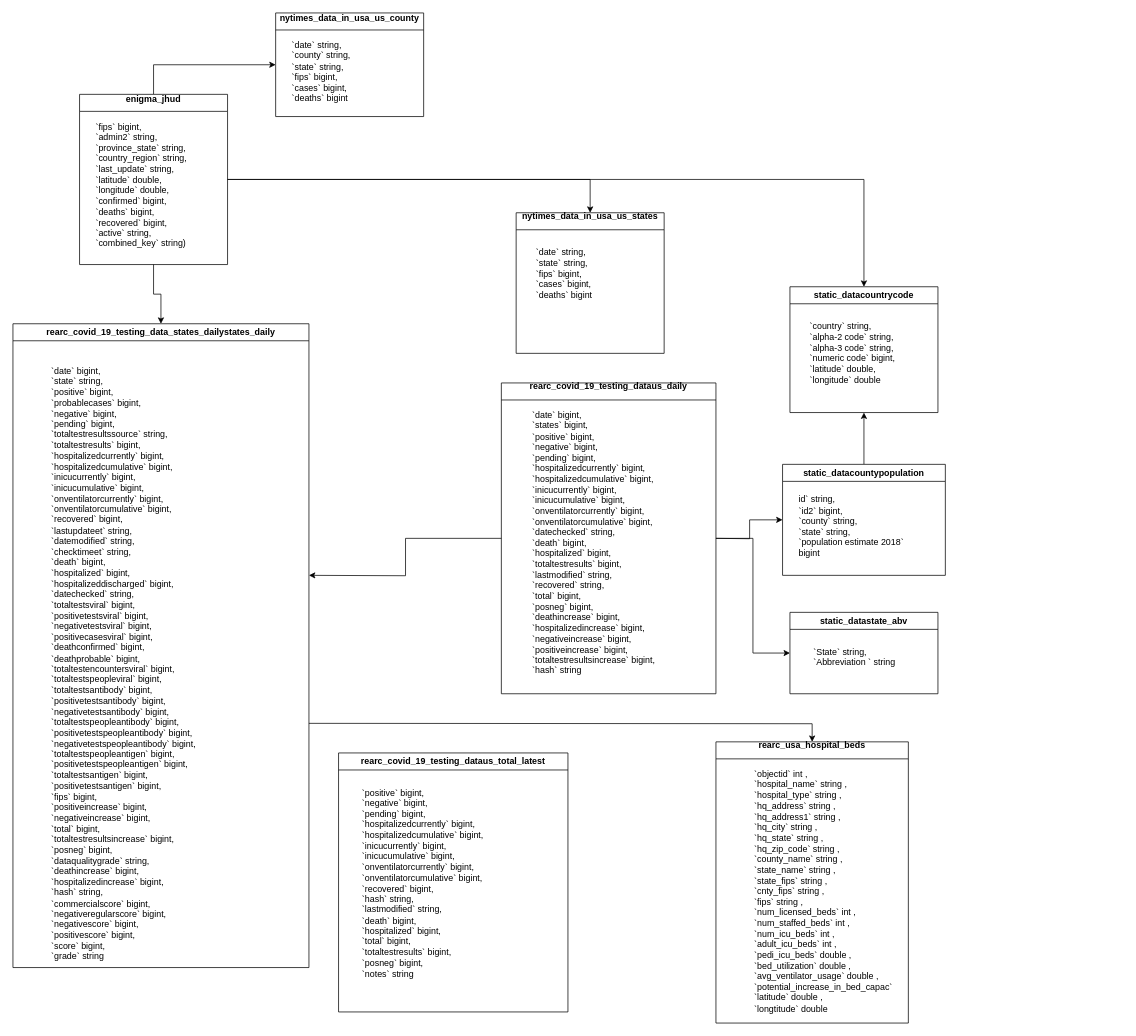
boyslikeguy23/DEproject keeps this draw.io diagram as Biểu đồ không có tiêu đề.drawio. Above is the earlier version. Source tidied: cells renumbered, new cells numbered last; positions are measured from the earlier drawing's top-left corner, leaving out a move shared by most shapes. Both pictures are drawn from the tidied source at 74%, with x=0, y=0 at pixel (13, 13).
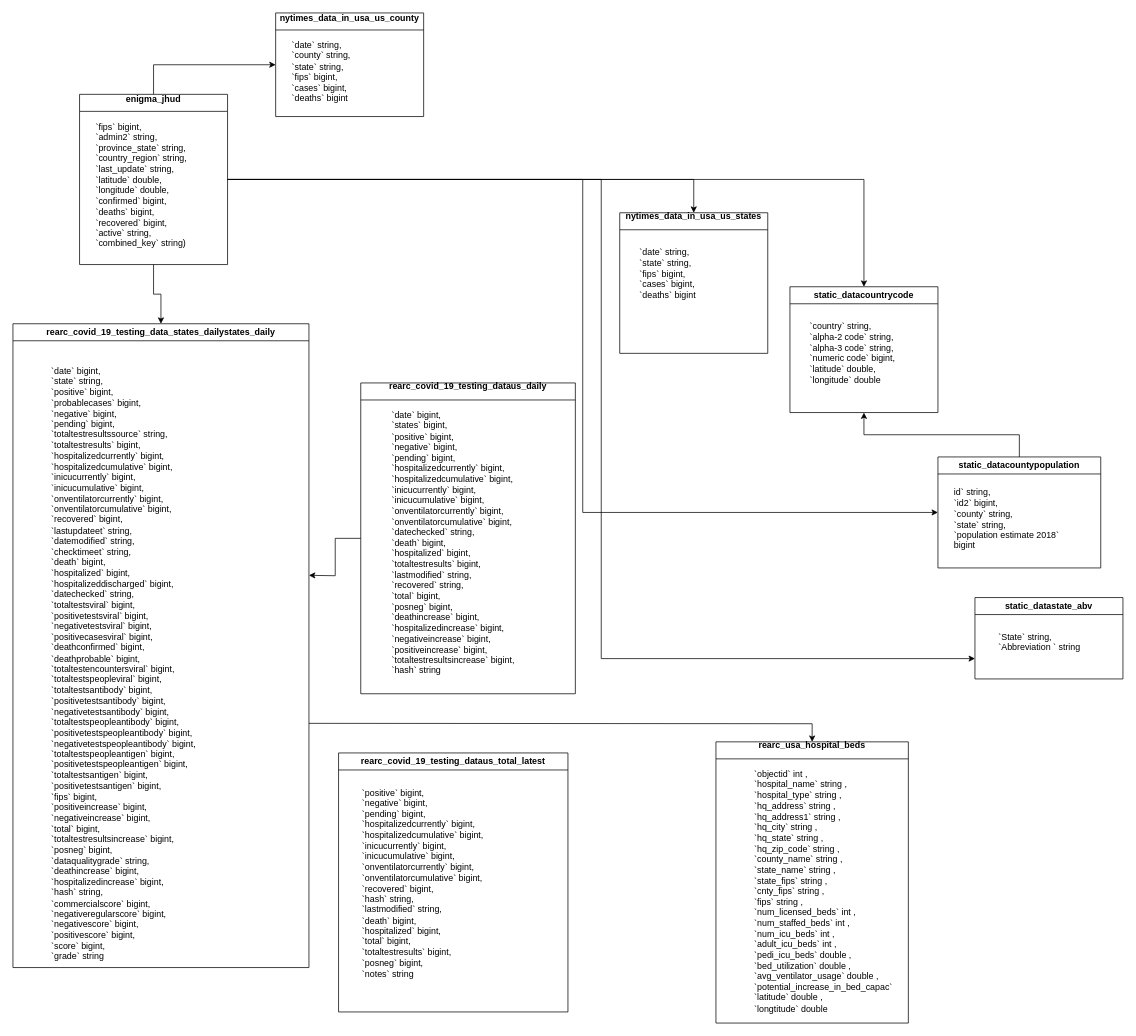
Above is the later version.

Unchanged cells that the change refers to:
```xml
<mxCell id="5" value="&lt;p style=&quot;margin-top:0in;margin-right:0in;margin-bottom:8.0pt;&lt;br/&gt;margin-left:0in;text-indent:0in;line-height:107%&quot; class=&quot;MsoNormal&quot;&gt;&lt;span style=&quot;font-family: Arial, sans-serif;&quot;&gt;enigma_jhud&lt;/span&gt;&lt;/p&gt;" style="swimlane;whiteSpace=wrap;html=1;" parent="1" vertex="1">
  <mxGeometry x="90" y="110" width="200" height="230" as="geometry" />
</mxCell>
```

What changed in the source:
```diff
@@
+    <mxCell id="31" style="edgeStyle=orthogonalEdgeStyle;rounded=0;jettySize=auto;html=1;exitX=1;exitY=0.5;exitDx=0;exitDy=0;entryX=0;entryY=0.5;entryDx=0;entryDy=0;" parent="1" edge="1" source="5" target="26">
+      <mxGeometry relative="1" as="geometry" />
+    </mxCell>
@@
+    <mxCell id="32" style="edgeStyle=orthogonalEdgeStyle;rounded=0;jettySize=auto;html=1;exitX=1;exitY=0.5;exitDx=0;exitDy=0;entryX=0;entryY=0.75;entryDx=0;entryDy=0;" parent="1" edge="1" source="5" target="23">
+      <mxGeometry relative="1" as="geometry" />
+    </mxCell>
@@
     <mxCell id="9" value="nytimes_data_in_usa_us_states&lt;div&gt;&lt;br/&gt;&lt;/div&gt;" style="swimlane;whiteSpace=wrap;html=1;" parent="1" vertex="1">
-      <mxGeometry x="680" y="270" width="200" height="190" as="geometry" />
+      <mxGeometry x="820" y="270" width="200" height="190" as="geometry" />
     </mxCell>
@@
-    <mxCell id="11" style="edgeStyle=orthogonalEdgeStyle;rounded=0;jettySize=auto;html=1;entryX=0;entryY=0.5;entryDx=0;entryDy=0;" parent="1" edge="1" target="26">
-      <mxGeometry relative="1" as="geometry">
-        <mxPoint x="950" y="710" as="sourcePoint" />
-      </mxGeometry>
-    </mxCell>
-    <mxCell id="12" style="edgeStyle=orthogonalEdgeStyle;rounded=0;jettySize=auto;html=1;exitX=1;exitY=0.5;exitDx=0;exitDy=0;entryX=0;entryY=0.5;entryDx=0;entryDy=0;" parent="1" edge="1" source="14" target="23">
-      <mxGeometry relative="1" as="geometry" />
-    </mxCell>
@@
-    <mxCell id="14" value="rearc_covid_19_testing_dataus_daily&lt;div&gt;&lt;br/&gt;&lt;/div&gt;" style="swimlane;whiteSpace=wrap;html=1;" parent="1" vertex="1">
-      <mxGeometry x="660" y="500" width="290" height="420" as="geometry" />
-    </mxCell>
-    <mxCell id="15" value="`date` bigint, &#10; `states` bigint, &#10; `positive` bigint, &#10; `negative` bigint, &#10; `pending` bigint, &#10; `hospitalizedcurrently` bigint, &#10; `hospitalizedcumulative` bigint, &#10; `inicucurrently` bigint, &#10; `inicucumulative` bigint, &#10; `onventilatorcurrently` bigint, &#10; `onventilatorcumulative` bigint, &#10; `datechecked` string, &#10; `death` bigint, &#10; `hospitalized` bigint, &#10; `totaltestresults` bigint, &#10; `lastmodified` string, &#10; `recovered` string, &#10; `total` bigint, &#10; `posneg` bigint, &#10; `deathincrease` bigint, &#10; `hospitalizedincrease` bigint, &#10; `negativeincrease` bigint, &#10; `positiveincrease` bigint, &#10; `totaltestresultsincrease` bigint, &#10; `hash` string" style="text;whiteSpace=wrap;html=1;" parent="14" vertex="1">
-      <mxGeometry x="40" y="30" width="200" height="380" as="geometry" />
-    </mxCell>
@@
     <mxCell id="23" value="static_datastate_abv" style="swimlane;whiteSpace=wrap;html=1;" parent="1" vertex="1">
-      <mxGeometry x="1050" y="810" width="200" height="110" as="geometry" />
+      <mxGeometry x="1300" y="790" width="200" height="110" as="geometry" />
     </mxCell>
@@
     <mxCell id="26" value="static_datacountypopulation" style="swimlane;whiteSpace=wrap;html=1;" parent="1" vertex="1">
-      <mxGeometry x="1040" y="610" width="220" height="150" as="geometry" />
+      <mxGeometry x="1250" y="600" width="220" height="150" as="geometry" />
     </mxCell>
@@
+    <mxCell id="14" value="rearc_covid_19_testing_dataus_daily&lt;div&gt;&lt;br/&gt;&lt;/div&gt;" style="swimlane;whiteSpace=wrap;html=1;" parent="1" vertex="1">
+      <mxGeometry x="470" y="500" width="290" height="420" as="geometry" />
+    </mxCell>
+    <mxCell id="15" value="`date` bigint, &#10; `states` bigint, &#10; `positive` bigint, &#10; `negative` bigint, &#10; `pending` bigint, &#10; `hospitalizedcurrently` bigint, &#10; `hospitalizedcumulative` bigint, &#10; `inicucurrently` bigint, &#10; `inicucumulative` bigint, &#10; `onventilatorcurrently` bigint, &#10; `onventilatorcumulative` bigint, &#10; `datechecked` string, &#10; `death` bigint, &#10; `hospitalized` bigint, &#10; `totaltestresults` bigint, &#10; `lastmodified` string, &#10; `recovered` string, &#10; `total` bigint, &#10; `posneg` bigint, &#10; `deathincrease` bigint, &#10; `hospitalizedincrease` bigint, &#10; `negativeincrease` bigint, &#10; `positiveincrease` bigint, &#10; `totaltestresultsincrease` bigint, &#10; `hash` string" style="text;whiteSpace=wrap;html=1;" parent="14" vertex="1">
+      <mxGeometry x="40" y="30" width="200" height="380" as="geometry" />
+    </mxCell>
```
